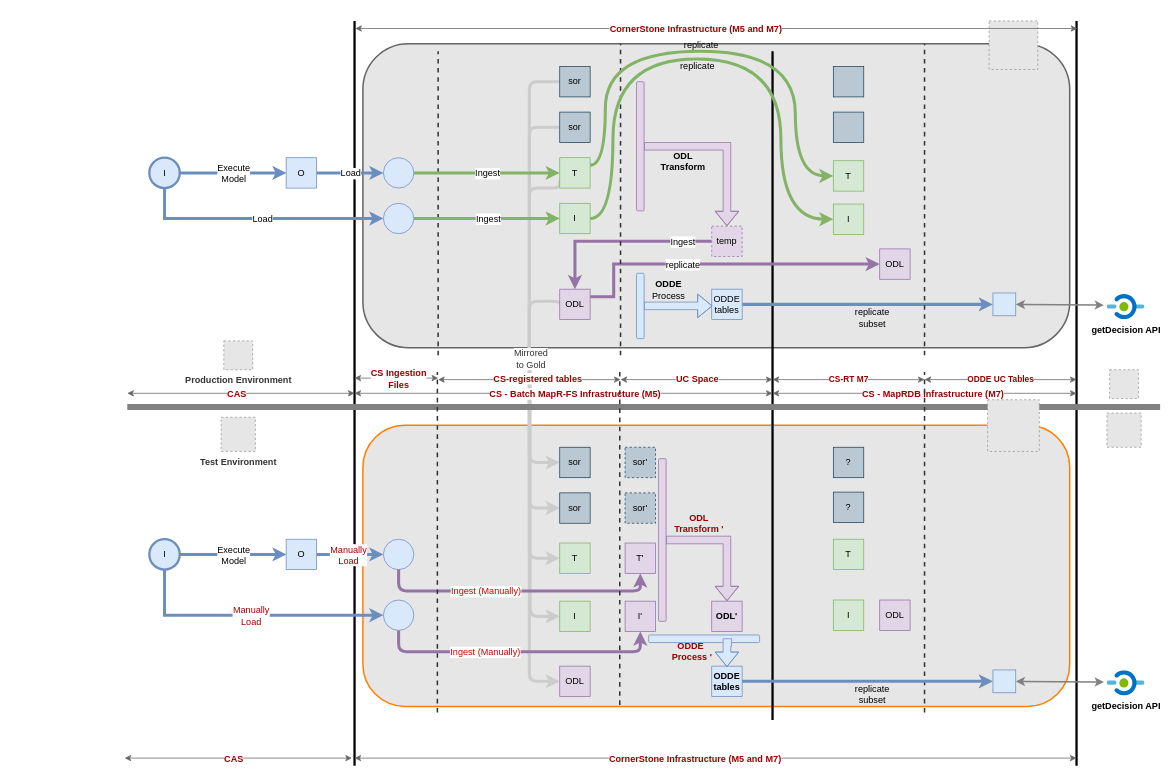
gaurjain/drawio keeps this draw.io diagram as DataflowCS.drawio. Above is the earlier version. Source tidied: cells renumbered, new cells numbered last; positions are measured from the earlier drawing's top-left corner, leaving out a move shared by most shapes. Both pictures are drawn from the tidied source at 76%, with x=0, y=0 at pixel (124, 21). Pictures stored in the file or linked from it are replaced by grey dashed boxes.
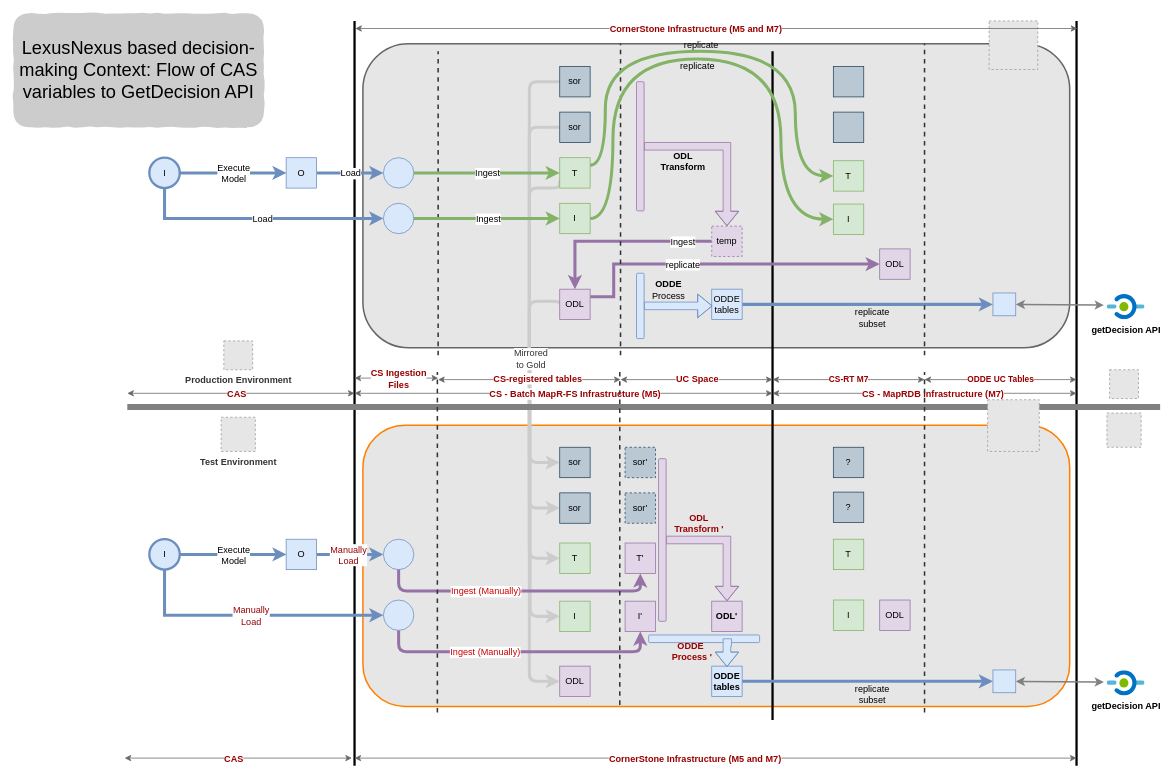
Above is the later version.

Diff of the diagram source:
```diff
@@
+    <mxCell id="132" value="&lt;font style=&quot;font-size: 24px&quot;&gt;LexusNexus based decision-making Context: Flow of CAS variables to GetDecision API&lt;/font&gt;" style="rounded=1;whiteSpace=wrap;html=1;strokeColor=none;fillColor=#CCCCCC;comic=1;" parent="1" vertex="1">
+      <mxGeometry x="-146" y="-10" width="330" height="150" as="geometry" />
+    </mxCell>
```
